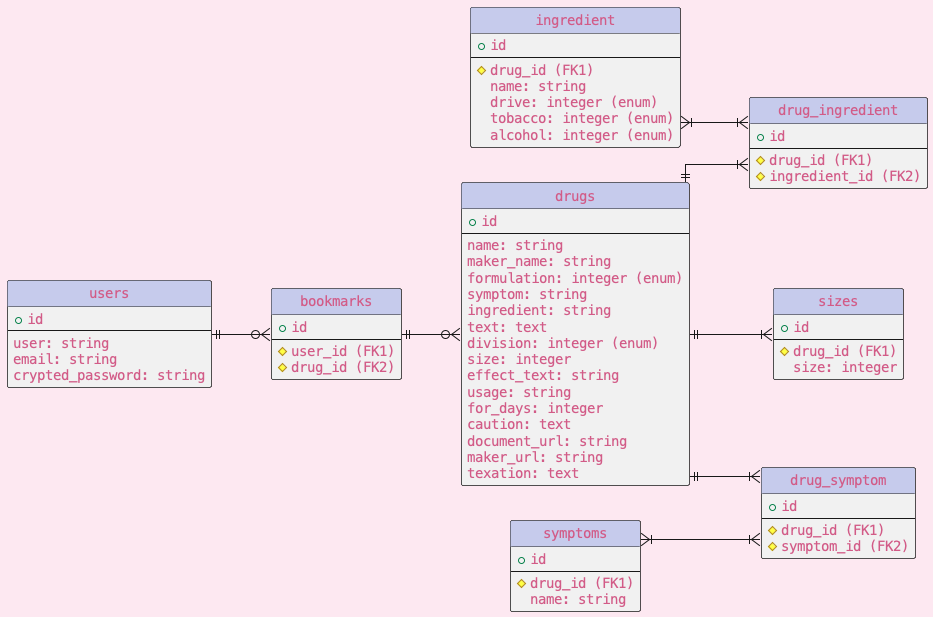
Before: out/@startuml/@startuml.png, a diagram exported from PlantUML (CarbazochromeT/drug_app).
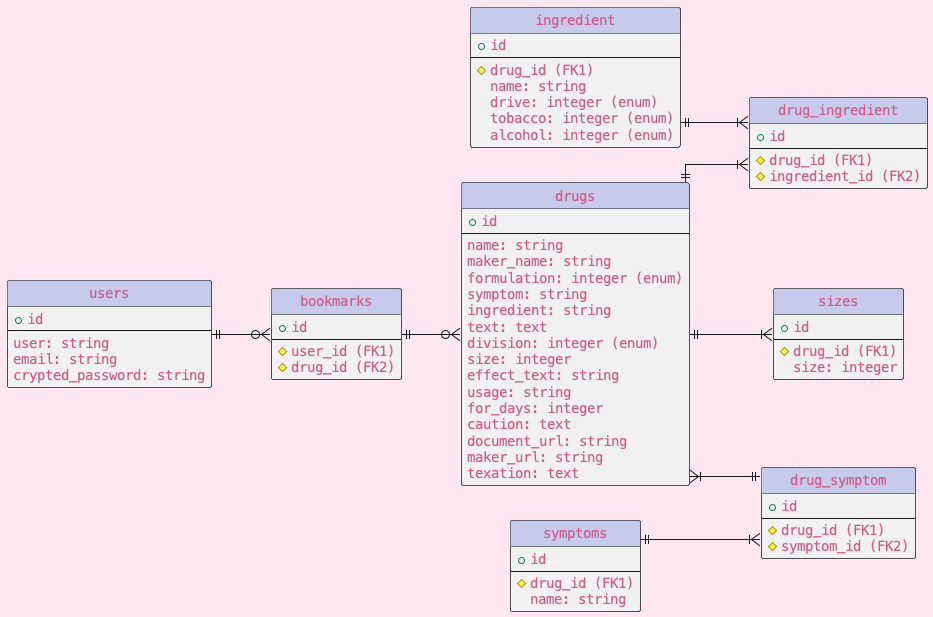
After the commit.

Change to the diagram source:
```diff
@@ -88,9 +88,9 @@
 }
 
 e01 ||--|{ e08
-e02 }|--|{ e08
-e01 ||--|{ e09
-e03 }|--|{ e09
+e02 ||--|{ e08
+e01 }|--|| e09
+e03 ||--|{ e09
 e01 ||--|{ e05
 e06 ||--o{ e07
 e07 ||--o{ e01
```
